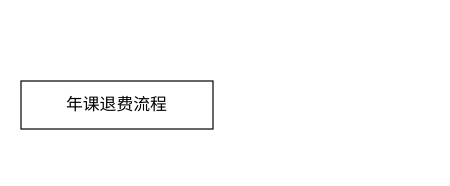
hongweilv-whu/flowCharts keeps this draw.io diagram as 核桃-班级业务概念.drawio. Above is the earlier version. Source tidied: cells renumbered, new cells numbered last; positions are measured from the earlier drawing's top-left corner, leaving out a move shared by most shapes. Both pictures are drawn from the tidied source at 120%, with x=0, y=0 at pixel (20, 80).
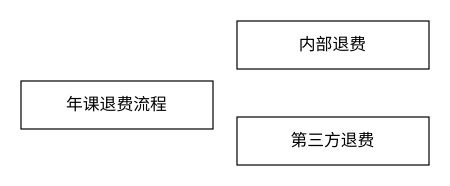
Above is the later version.

Commit message (it also covers changes not shown here):
更新核桃-班级业务概念.drawio

Diff of the diagram source:
```diff
@@
 <mxGraphModel>
   <root>
     <mxCell id="0" />
     <mxCell id="1" parent="0" />
     <mxCell id="2" value="&lt;font style=&quot;font-size: 14px;&quot;&gt;年课退费流程&lt;/font&gt;" style="rounded=0;whiteSpace=wrap;html=1;" parent="1" vertex="1">
       <mxGeometry width="160" height="40" as="geometry" />
     </mxCell>
+    <mxCell id="3" value="&lt;font style=&quot;font-size: 14px;&quot;&gt;内部退费&lt;/font&gt;" style="rounded=0;whiteSpace=wrap;html=1;" parent="1" vertex="1">
+      <mxGeometry x="180" y="-50" width="160" height="40" as="geometry" />
+    </mxCell>
+    <mxCell id="4" value="&lt;font style=&quot;font-size: 14px;&quot;&gt;第三方退费&lt;/font&gt;" style="rounded=0;whiteSpace=wrap;html=1;" parent="1" vertex="1">
+      <mxGeometry x="180" y="30" width="160" height="40" as="geometry" />
+    </mxCell>
   </root>
 </mxGraphModel>
```
